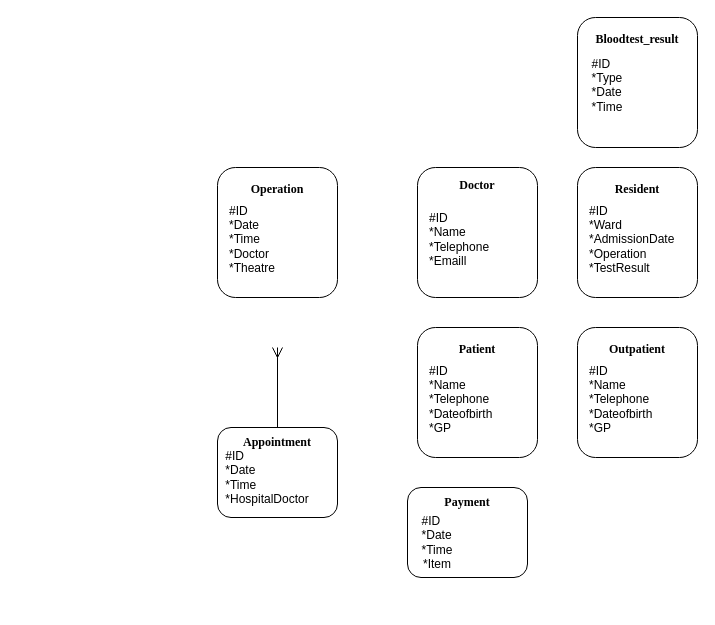
This is Assignment1DatabaseDesign.drawio from LordDdanielHan/test, a draw.io file, before an edit. Source tidied: cells renumbered, new cells numbered last; positions are measured from the earlier drawing's top-left corner, leaving out a move shared by most shapes. Both pictures are drawn from the tidied source at 100%, with x=0, y=0 at pixel (217, 17).
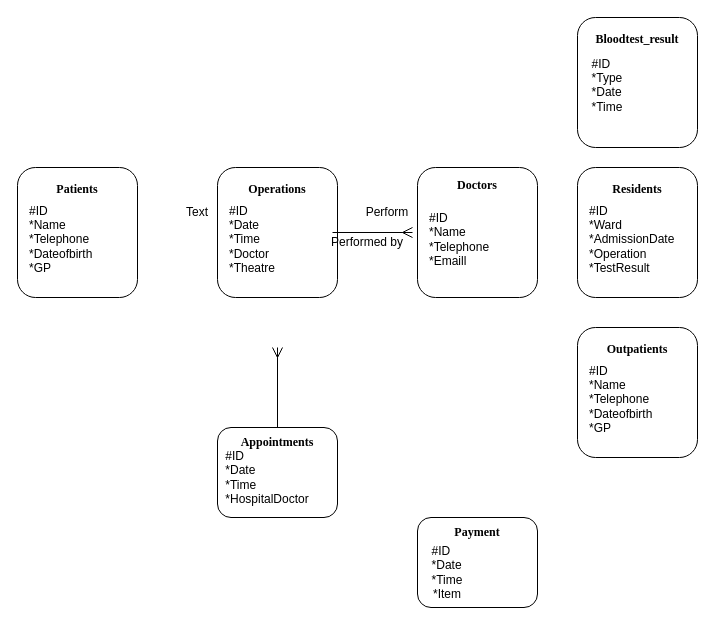
The same diagram, later.

The change refers to these unchanged cells:
```xml
<mxCell id="2" style="group;align=left;" parent="1" vertex="1">
  <mxGeometry y="150" width="120" height="210" as="geometry" />
</mxCell>
<mxCell id="6" style="group;" parent="1" vertex="1">
  <mxGeometry x="200" y="150" width="120" height="130" as="geometry" />
</mxCell>
<mxCell id="10" style="group;" parent="1" vertex="1">
  <mxGeometry y="410" width="120" height="90" as="geometry" />
</mxCell>
<mxCell id="24" style="group;align=left;" parent="1" vertex="1">
  <mxGeometry x="360" y="310" width="120" height="210" as="geometry" />
</mxCell>
<mxCell id="28" style="group;align=left;" parent="1" vertex="1">
  <mxGeometry x="360" y="150" width="120" height="210" as="geometry" />
</mxCell>
```

What changed in the source:
```diff
@@
-    <mxCell id="4" value="&lt;font face=&quot;Times New Roman&quot;&gt;&lt;b&gt;Operation&lt;/b&gt;&lt;/font&gt;" style="text;html=1;align=center;verticalAlign=middle;whiteSpace=wrap;rounded=0;" parent="2" vertex="1">
+    <mxCell id="4" value="&lt;font face=&quot;Times New Roman&quot;&gt;&lt;b&gt;Operations&lt;/b&gt;&lt;/font&gt;" style="text;html=1;align=center;verticalAlign=middle;whiteSpace=wrap;rounded=0;" parent="2" vertex="1">
       <mxGeometry width="120" height="43.3" as="geometry" />
     </mxCell>
@@
-    <mxCell id="8" value="&lt;b&gt;&lt;font face=&quot;Times New Roman&quot;&gt;Doctor&lt;/font&gt;&lt;/b&gt;" style="text;html=1;align=center;verticalAlign=middle;whiteSpace=wrap;rounded=0;" parent="6" vertex="1">
+    <mxCell id="8" value="&lt;b&gt;&lt;font face=&quot;Times New Roman&quot;&gt;Doctors&lt;/font&gt;&lt;/b&gt;" style="text;html=1;align=center;verticalAlign=middle;whiteSpace=wrap;rounded=0;" parent="6" vertex="1">
       <mxGeometry y="-11.8" width="120" height="59.1" as="geometry" />
     </mxCell>
@@
-    <mxCell id="12" value="&lt;font face=&quot;Times New Roman&quot;&gt;&lt;b&gt;Appointment&lt;/b&gt;&lt;/font&gt;" style="text;html=1;align=center;verticalAlign=middle;whiteSpace=wrap;rounded=0;" parent="10" vertex="1">
+    <mxCell id="12" value="&lt;font face=&quot;Times New Roman&quot;&gt;&lt;b&gt;Appointments&lt;/b&gt;&lt;/font&gt;" style="text;html=1;align=center;verticalAlign=middle;whiteSpace=wrap;rounded=0;" parent="10" vertex="1">
       <mxGeometry width="120" height="30" as="geometry" />
     </mxCell>
@@
     <mxCell id="20" style="group;align=left;" parent="1" vertex="1">
-      <mxGeometry x="200" y="310" width="120" height="210" as="geometry" />
+      <mxGeometry x="-200" y="150" width="170" height="210" as="geometry" />
     </mxCell>
@@
-    <mxCell id="22" value="&lt;font face=&quot;Times New Roman&quot;&gt;&lt;b&gt;Patient&lt;/b&gt;&lt;/font&gt;" style="text;html=1;align=center;verticalAlign=middle;whiteSpace=wrap;rounded=0;" parent="20" vertex="1">
+    <mxCell id="22" value="&lt;font face=&quot;Times New Roman&quot;&gt;&lt;b&gt;Patients&lt;/b&gt;&lt;/font&gt;" style="text;html=1;align=center;verticalAlign=middle;whiteSpace=wrap;rounded=0;" parent="20" vertex="1">
       <mxGeometry width="120" height="43.3" as="geometry" />
     </mxCell>
@@
-    <mxCell id="26" value="&lt;font face=&quot;Times New Roman&quot;&gt;&lt;b&gt;Outpatient&lt;/b&gt;&lt;/font&gt;" style="text;html=1;align=center;verticalAlign=middle;whiteSpace=wrap;rounded=0;" parent="24" vertex="1">
+    <mxCell id="26" value="&lt;font face=&quot;Times New Roman&quot;&gt;&lt;b&gt;Outpatients&lt;/b&gt;&lt;/font&gt;" style="text;html=1;align=center;verticalAlign=middle;whiteSpace=wrap;rounded=0;" parent="24" vertex="1">
       <mxGeometry width="120" height="43.3" as="geometry" />
     </mxCell>
@@
-    <mxCell id="30" value="&lt;font face=&quot;Times New Roman&quot;&gt;&lt;b&gt;Resident&lt;/b&gt;&lt;/font&gt;" style="text;html=1;align=center;verticalAlign=middle;whiteSpace=wrap;rounded=0;" parent="28" vertex="1">
+    <mxCell id="30" value="&lt;font face=&quot;Times New Roman&quot;&gt;&lt;b&gt;Residents&lt;/b&gt;&lt;/font&gt;" style="text;html=1;align=center;verticalAlign=middle;whiteSpace=wrap;rounded=0;" parent="28" vertex="1">
       <mxGeometry width="120" height="43.3" as="geometry" />
     </mxCell>
@@
-    <mxCell id="33" value="&lt;font face=&quot;Times New Roman&quot;&gt;&lt;b&gt;Bloodtest_result&lt;/b&gt;&lt;/font&gt;" style="text;html=1;align=center;verticalAlign=middle;whiteSpace=wrap;rounded=0;" parent="1" vertex="1">
-      <mxGeometry x="360" width="120" height="43.3" as="geometry" />
-    </mxCell>
-    <mxCell id="34" value="&lt;div align=&quot;left&quot;&gt;#ID&lt;/div&gt;&lt;div align=&quot;left&quot;&gt;*Type&lt;/div&gt;&lt;div align=&quot;left&quot;&gt;*Date&lt;/div&gt;&lt;div align=&quot;left&quot;&gt;*Time&lt;/div&gt;&lt;div align=&quot;left&quot;&gt;&lt;br&gt;&lt;/div&gt;" style="text;html=1;align=center;verticalAlign=middle;whiteSpace=wrap;rounded=0;" parent="1" vertex="1">
-      <mxGeometry x="360" y="60" width="60" height="30" as="geometry" />
-    </mxCell>
     <mxCell id="35" style="group;" parent="1" vertex="1">
-      <mxGeometry x="190" y="470" width="120" height="90" as="geometry" />
+      <mxGeometry x="200" y="500" width="120" height="90" as="geometry" />
     </mxCell>
@@
+    <mxCell id="39" style="group;rotation=90;" parent="1" vertex="1">
+      <mxGeometry x="150" y="170" width="20" height="90" as="geometry" />
+    </mxCell>
+    <mxCell id="40" style="endArrow=none;html=1;rounded=0;" parent="39" edge="1">
+      <mxGeometry relative="1" as="geometry">
+        <mxPoint x="-35" y="45" as="sourcePoint" />
+        <mxPoint x="35" y="45" as="targetPoint" />
+      </mxGeometry>
+    </mxCell>
+    <mxCell id="41" style="group;rotation=90;" parent="39" vertex="1">
+      <mxGeometry x="35" y="40" width="10" height="10" as="geometry" />
+    </mxCell>
+    <mxCell id="42" style="endArrow=none;html=1;rounded=0;" parent="41" edge="1">
+      <mxGeometry relative="1" as="geometry">
+        <mxPoint y="5" as="sourcePoint" />
+        <mxPoint x="10" as="targetPoint" />
+      </mxGeometry>
+    </mxCell>
+    <mxCell id="43" style="endArrow=none;html=1;rounded=0;" parent="41" edge="1">
+      <mxGeometry relative="1" as="geometry">
+        <mxPoint y="5" as="sourcePoint" />
+        <mxPoint x="10" y="10" as="targetPoint" />
+      </mxGeometry>
+    </mxCell>
+    <mxCell id="44" style="endArrow=none;html=1;rounded=0;" parent="41" edge="1">
+      <mxGeometry relative="1" as="geometry">
+        <mxPoint y="5" as="sourcePoint" />
+        <mxPoint x="10" y="5" as="targetPoint" />
+      </mxGeometry>
+    </mxCell>
+    <mxCell id="45" value="Text" style="text;html=1;align=center;verticalAlign=middle;whiteSpace=wrap;rounded=0;" parent="1" vertex="1">
+      <mxGeometry x="-50" y="180" width="60" height="30" as="geometry" />
+    </mxCell>
+    <mxCell id="46" style="group;" parent="1" vertex="1">
+      <mxGeometry x="360" width="120" height="90" as="geometry" />
+    </mxCell>
+    <mxCell id="33" value="&lt;font face=&quot;Times New Roman&quot;&gt;&lt;b&gt;Bloodtest_result&lt;/b&gt;&lt;/font&gt;" style="text;html=1;align=center;verticalAlign=middle;whiteSpace=wrap;rounded=0;" parent="46" vertex="1">
+      <mxGeometry width="120" height="43.3" as="geometry" />
+    </mxCell>
+    <mxCell id="34" value="&lt;div align=&quot;left&quot;&gt;#ID&lt;/div&gt;&lt;div align=&quot;left&quot;&gt;*Type&lt;/div&gt;&lt;div align=&quot;left&quot;&gt;*Date&lt;/div&gt;&lt;div align=&quot;left&quot;&gt;*Time&lt;/div&gt;&lt;div align=&quot;left&quot;&gt;&lt;br&gt;&lt;/div&gt;" style="text;html=1;align=center;verticalAlign=middle;whiteSpace=wrap;rounded=0;" parent="46" vertex="1">
+      <mxGeometry y="60" width="60" height="30" as="geometry" />
+    </mxCell>
+    <mxCell id="47" value="Perform" style="text;html=1;align=center;verticalAlign=middle;whiteSpace=wrap;rounded=0;" parent="1" vertex="1">
+      <mxGeometry x="140" y="180" width="60" height="30" as="geometry" />
+    </mxCell>
+    <mxCell id="48" value="Performed by" style="text;html=1;align=center;verticalAlign=middle;whiteSpace=wrap;rounded=0;" parent="1" vertex="1">
+      <mxGeometry x="110" y="210" width="80" height="30" as="geometry" />
+    </mxCell>
```
